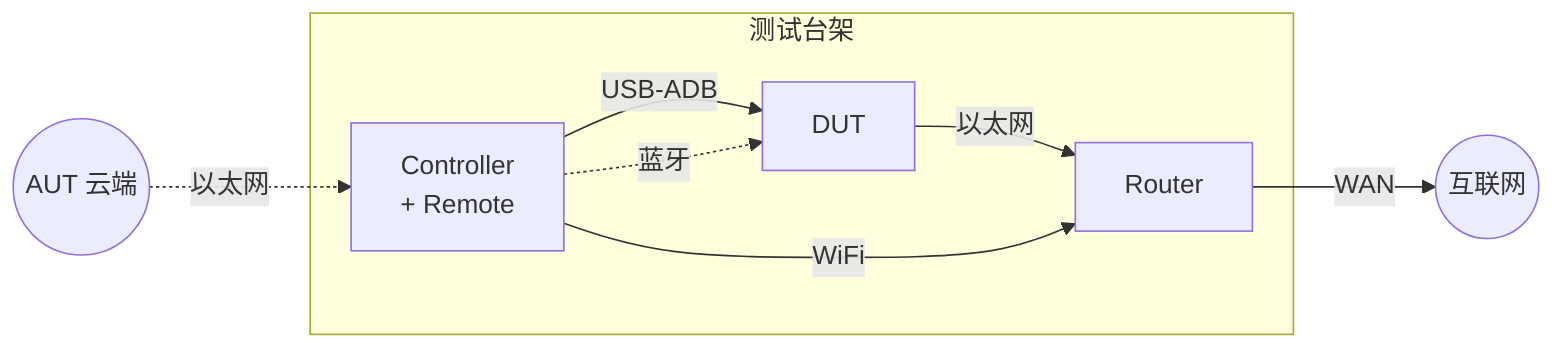
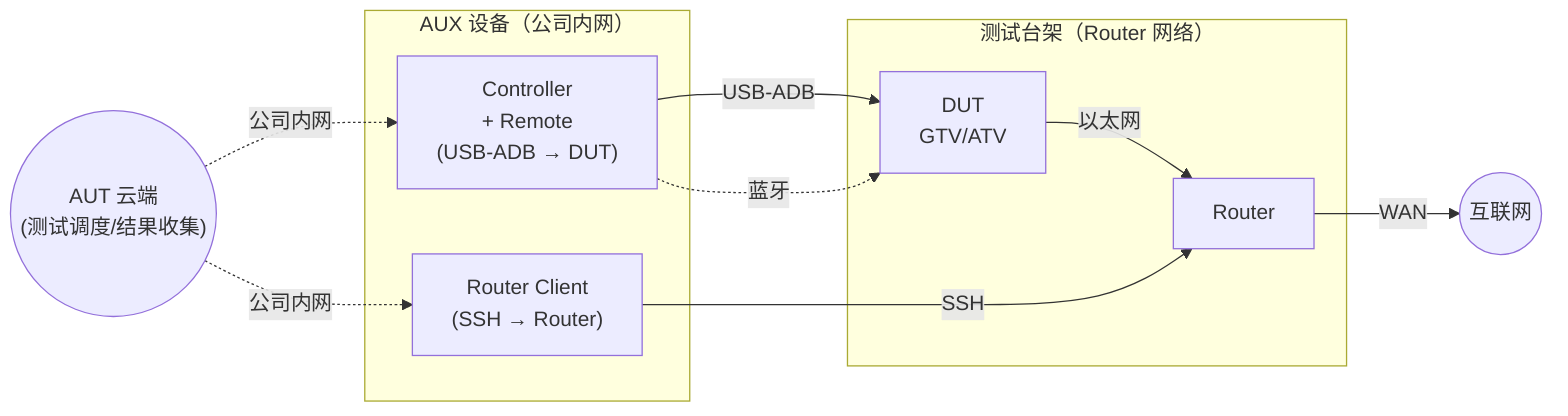
graph LR
-     cloud(("AUT 云端")) -.->|"以太网"| ctrl
-     subgraph desk["测试台架"]
-         ctrl["Controller<br/>+ Remote"]
-         dut["DUT"]
+     cloud(("AUT 云端<br/>(测试调度/结果收集)"))
+     subgraph aux["AUX 设备（公司内网）"]
+         ctrl["Controller<br/>+ Remote<br/>(USB-ADB → DUT)"]
+         rcli["Router Client<br/>(SSH → Router)"]
+     end
+     subgraph desk["测试台架（Router 网络）"]
+         dut["DUT<br/>GTV/ATV"]
        rtr["Router"]
    end
+     cloud -.->|"公司内网"| ctrl
+     cloud -.->|"公司内网"| rcli
    dut -->|"以太网"| rtr
    ctrl -->|"USB-ADB"| dut
-     ctrl -->|"WiFi"| rtr
+     rcli -->|"SSH"| rtr
    ctrl -.->|"蓝牙"| dut
    rtr -->|"WAN"| net((互联网))
